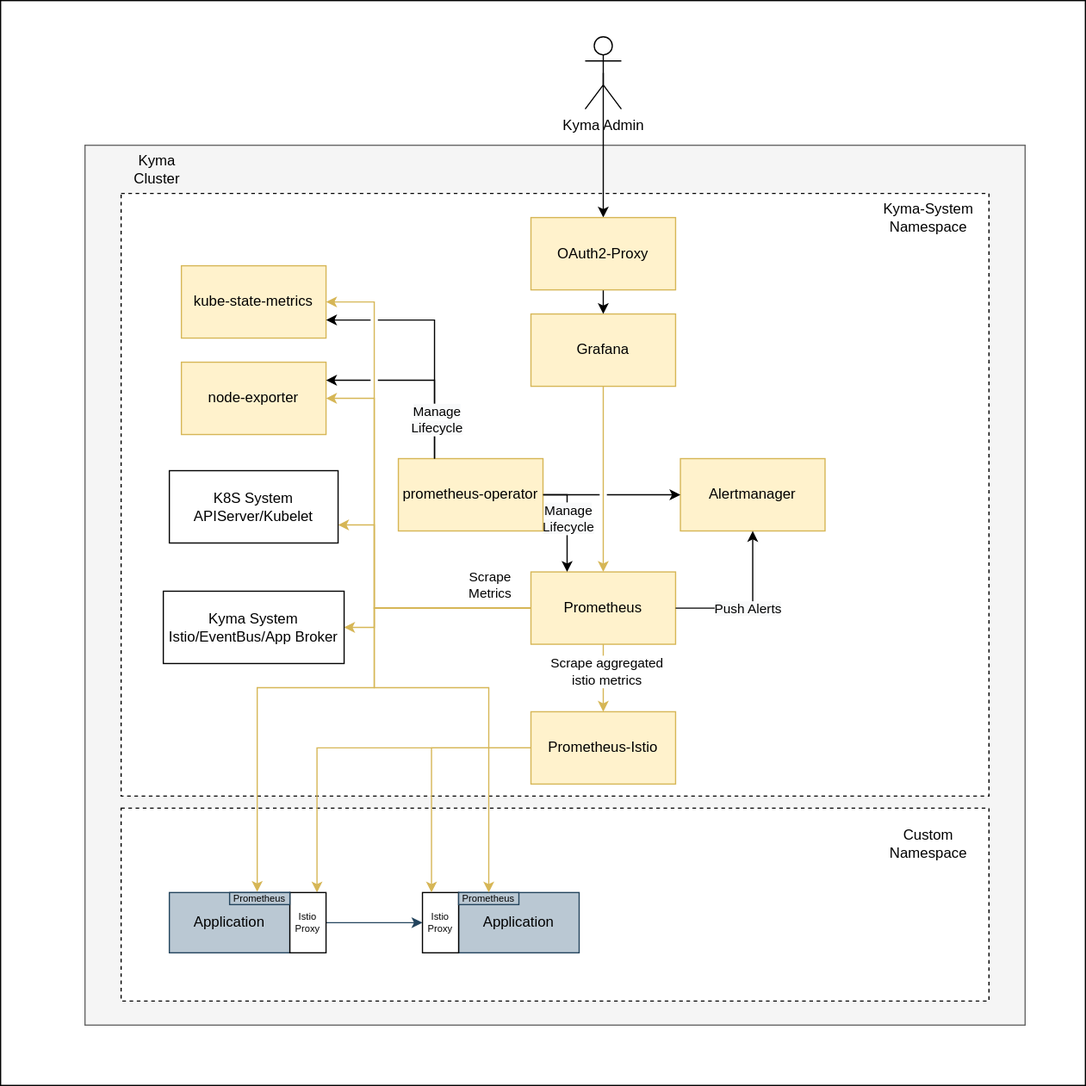
kyma-project/community keeps this draw.io diagram as concepts/observability-configurable-monitoring/assets/current.drawio.svg. Above is the earlier version. Source tidied: cells renumbered, new cells last; positions are measured from the earlier drawing's top-left corner, leaving out a move shared by most shapes.
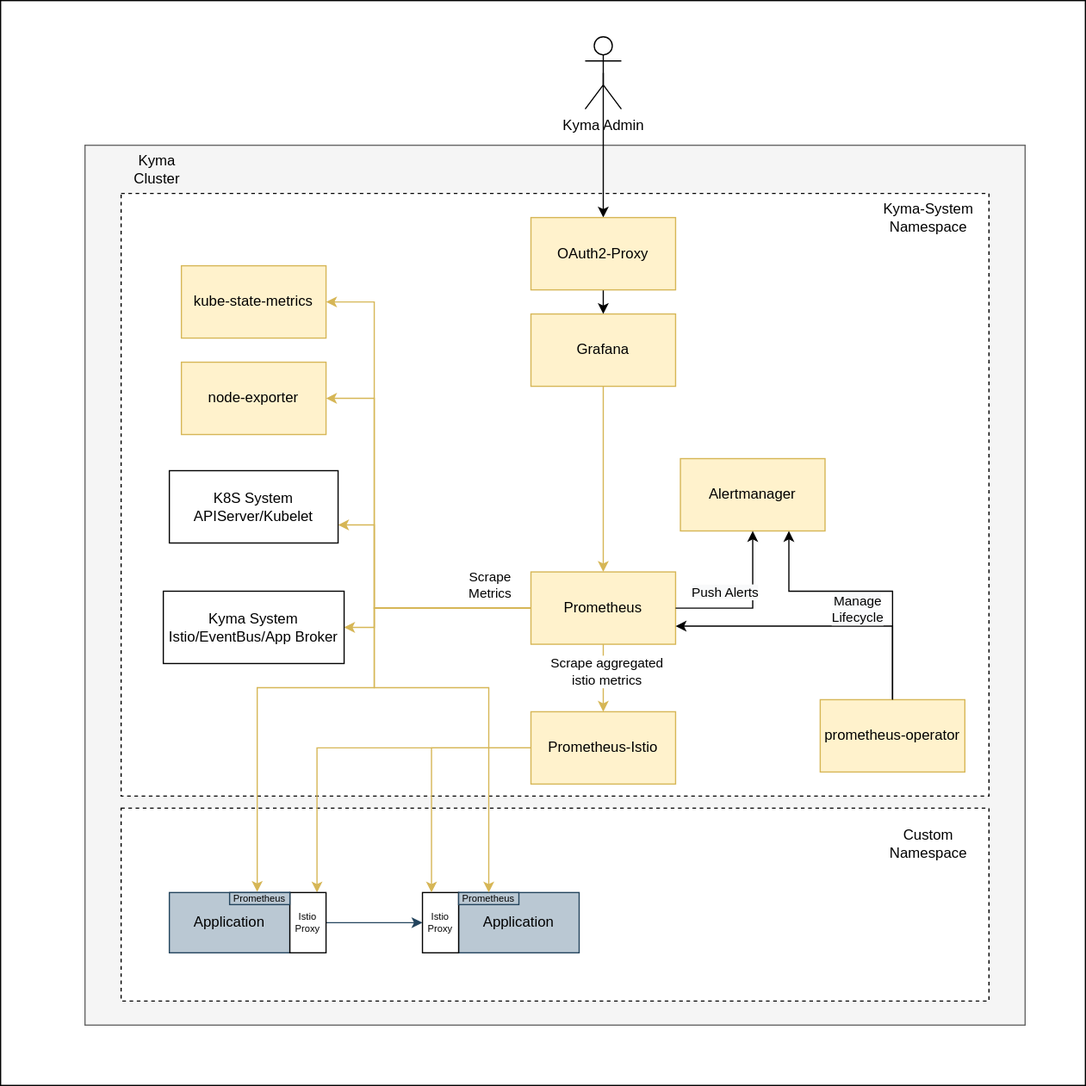
Later version of the same file.

What changed in the source:
```diff
@@ -139,14 +139,16 @@
     <mxCell id="32" value="Scrape aggregated&lt;br&gt;istio metrics" style="edgeLabel;html=1;align=center;verticalAlign=middle;" parent="31" vertex="1">
       <mxGeometry x="-0.2" y="2" relative="1" as="geometry" />
     </mxCell>
-    <mxCell id="33" style="edgeStyle=orthogonalEdgeStyle;jumpStyle=gap;html=1;exitX=1;exitY=0.5;exitDx=0;exitDy=0;entryX=0.25;entryY=0;entryDx=0;entryDy=0;rounded=0;" parent="1" edge="1" source="35" target="10">
+    <mxCell id="33" style="edgeStyle=orthogonalEdgeStyle;jumpStyle=gap;html=1;exitX=0.5;exitY=0;exitDx=0;exitDy=0;entryX=1;entryY=0.75;entryDx=0;entryDy=0;rounded=0;" parent="1" edge="1" source="35" target="10">
       <mxGeometry relative="1" as="geometry" />
     </mxCell>
     <mxCell id="34" value="&lt;span style=&quot;background-color: rgb(248 , 249 , 250)&quot;&gt;Manage&lt;/span&gt;&lt;br style=&quot;background-color: rgb(248 , 249 , 250)&quot;&gt;&lt;span style=&quot;background-color: rgb(248 , 249 , 250)&quot;&gt;Lifecycle&lt;/span&gt;" style="edgeLabel;html=1;align=center;verticalAlign=middle;" parent="33" vertex="1">
-      <mxGeometry x="-0.08" relative="1" as="geometry" />
+      <mxGeometry x="-0.08" relative="1" as="geometry">
+        <mxPoint x="19" y="-15" as="offset" />
+      </mxGeometry>
     </mxCell>
     <mxCell id="35" value="prometheus-operator" style="rounded=0;whiteSpace=wrap;html=1;fillColor=#fff2cc;strokeColor=#d6b656;fontColor=#000000;" parent="1" vertex="1">
-      <mxGeometry x="330" y="380" width="120" height="60" as="geometry" />
+      <mxGeometry x="680" y="580" width="120" height="60" as="geometry" />
     </mxCell>
     <mxCell id="36" value="node-exporter" style="rounded=0;whiteSpace=wrap;html=1;fillColor=#fff2cc;strokeColor=#d6b656;fontColor=#000000;" parent="1" vertex="1">
       <mxGeometry x="150" y="300" width="120" height="60" as="geometry" />
@@ -170,25 +172,6 @@
         </Array>
       </mxGeometry>
     </mxCell>
-    <mxCell id="40" style="edgeStyle=orthogonalEdgeStyle;jumpStyle=gap;html=1;exitX=0.25;exitY=0;exitDx=0;exitDy=0;entryX=1;entryY=0.25;entryDx=0;entryDy=0;rounded=0;" parent="1" edge="1" source="35" target="36">
-      <mxGeometry relative="1" as="geometry">
-        <Array as="points">
-          <mxPoint x="360" y="315" />
-        </Array>
-      </mxGeometry>
-    </mxCell>
-    <mxCell id="41" style="edgeStyle=orthogonalEdgeStyle;jumpStyle=gap;html=1;exitX=0.25;exitY=0;exitDx=0;exitDy=0;entryX=1;entryY=0.75;entryDx=0;entryDy=0;rounded=0;" parent="1" edge="1" source="35" target="37">
-      <mxGeometry relative="1" as="geometry">
-        <Array as="points">
-          <mxPoint x="360" y="265" />
-        </Array>
-      </mxGeometry>
-    </mxCell>
-    <mxCell id="42" value="&lt;span style=&quot;background-color: rgb(248 , 249 , 250)&quot;&gt;Manage&lt;/span&gt;&lt;br style=&quot;background-color: rgb(248 , 249 , 250)&quot;&gt;&lt;span style=&quot;background-color: rgb(248 , 249 , 250)&quot;&gt;Lifecycle&lt;/span&gt;" style="edgeLabel;html=1;align=center;verticalAlign=middle;" parent="41" vertex="1">
-      <mxGeometry x="-0.67" relative="1" as="geometry">
-        <mxPoint x="1" as="offset" />
-      </mxGeometry>
-    </mxCell>
     <mxCell id="43" style="edgeStyle=orthogonalEdgeStyle;rounded=0;jumpStyle=gap;html=1;exitX=0.5;exitY=1;exitDx=0;exitDy=0;" parent="1" edge="1" source="44" target="18">
       <mxGeometry relative="1" as="geometry" />
     </mxCell>
@@ -202,10 +185,17 @@
       <mxGeometry relative="1" as="geometry" />
     </mxCell>
     <mxCell id="47" value="&lt;span style=&quot;background-color: rgb(248 , 249 , 250)&quot;&gt;Push Alerts&lt;/span&gt;" style="edgeLabel;html=1;align=center;verticalAlign=middle;" parent="46" vertex="1">
-      <mxGeometry x="-0.08" relative="1" as="geometry" />
+      <mxGeometry x="-0.08" relative="1" as="geometry">
+        <mxPoint x="-19" y="-14" as="offset" />
+      </mxGeometry>
     </mxCell>
-    <mxCell id="48" style="edgeStyle=orthogonalEdgeStyle;jumpStyle=gap;html=1;exitX=1;exitY=0.5;exitDx=0;exitDy=0;entryX=0;entryY=0.5;entryDx=0;entryDy=0;rounded=0;" parent="1" edge="1" source="35" target="45">
-      <mxGeometry relative="1" as="geometry" />
+    <mxCell id="48" style="edgeStyle=orthogonalEdgeStyle;jumpStyle=gap;html=1;exitX=0.5;exitY=0;exitDx=0;exitDy=0;entryX=0.75;entryY=1;entryDx=0;entryDy=0;rounded=0;" parent="1" edge="1" source="35" target="45">
+      <mxGeometry relative="1" as="geometry">
+        <Array as="points">
+          <mxPoint x="740" y="490" />
+          <mxPoint x="654" y="490" />
+        </Array>
+      </mxGeometry>
     </mxCell>
   </root>
 </mxGraphModel>
```
